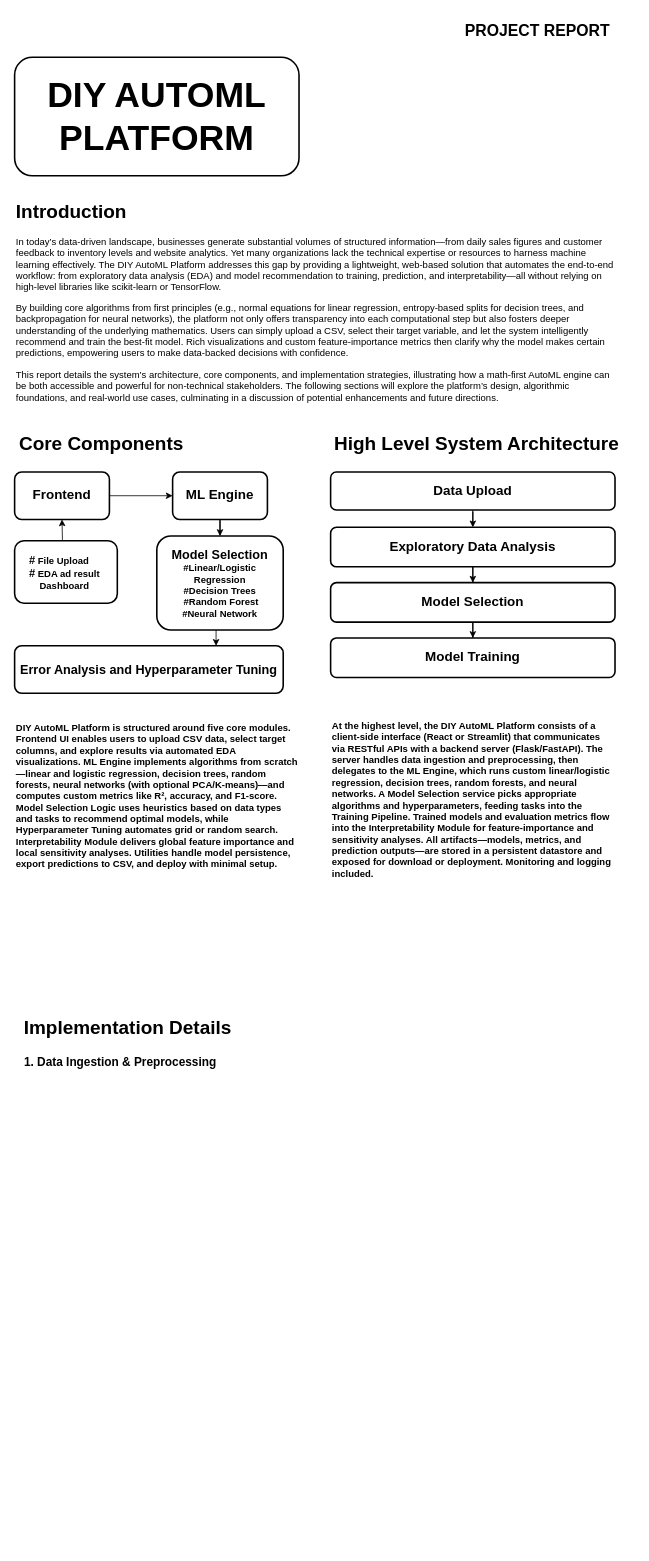
sagarpathak0/neural-networks-from-scrtch keeps this draw.io diagram as Untitled Diagram.drawio. Above is the earlier version. Source tidied: cells renumbered, new cells numbered last; positions are measured from the earlier drawing's top-left corner, leaving out a move shared by most shapes. Both pictures are drawn from the tidied source at 79%, with x=0, y=0 at pixel (14, 13).
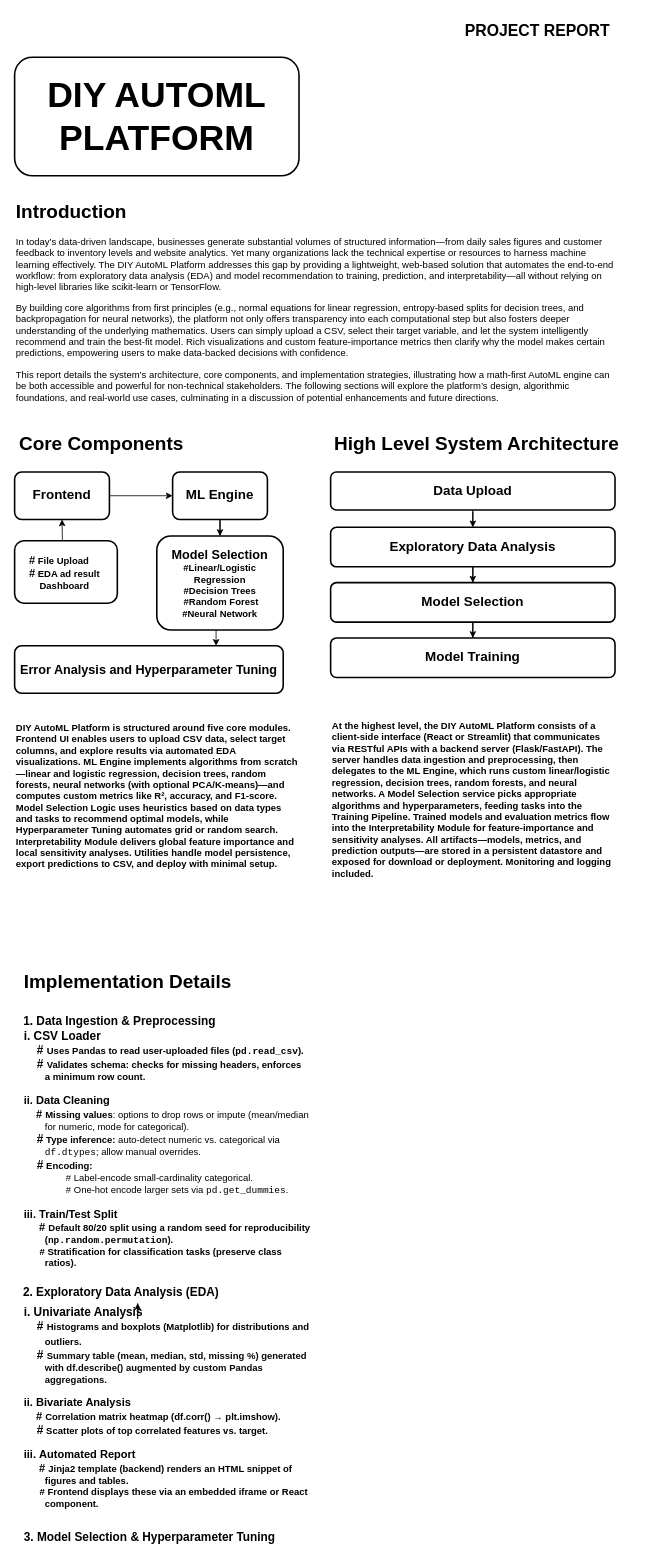
The same diagram, later.

Change to the diagram source:
```diff
@@
     <mxCell id="25" value="&lt;font style=&quot;color: light-dark(rgb(0, 0, 0), rgb(0, 0, 0)); font-size: 24px;&quot;&gt;&lt;b style=&quot;&quot;&gt;Implementation Details&lt;/b&gt;&lt;/font&gt;" style="text;html=1;align=left;verticalAlign=middle;whiteSpace=wrap;rounded=0;" parent="1" vertex="1">
-      <mxGeometry x="9.5" y="1269" width="341" height="30" as="geometry" />
+      <mxGeometry x="9.5" y="1210" width="341" height="30" as="geometry" />
     </mxCell>
     <mxCell id="26" value="&lt;font style=&quot;color: light-dark(rgb(0, 0, 0), rgb(0, 0, 0)); font-size: 15px;&quot;&gt;&lt;b style=&quot;&quot;&gt;1. Data Ingestion &amp;amp; Preprocessing&lt;/b&gt;&lt;/font&gt;" style="text;html=1;align=center;verticalAlign=middle;whiteSpace=wrap;rounded=0;" parent="1" vertex="1">
-      <mxGeometry x="9.5" y="1311" width="247.5" height="30" as="geometry" />
+      <mxGeometry x="9" y="1260" width="247.5" height="30" as="geometry" />
     </mxCell>
+    <mxCell id="27" value="&lt;font style=&quot;color: light-dark(rgb(0, 0, 0), rgb(1, 1, 1)); font-size: 15px;&quot;&gt;&lt;b&gt;i. CSV Loader&lt;/b&gt;&lt;/font&gt;&lt;div&gt;&lt;font style=&quot;&quot;&gt;&lt;b style=&quot;color: light-dark(rgb(0, 0, 0), rgb(1, 1, 1)); font-size: 15px;&quot;&gt;&amp;nbsp; &amp;nbsp; #&amp;nbsp;&lt;/b&gt;&lt;font style=&quot;color: light-dark(rgb(0, 0, 0), rgb(0, 0, 0));&quot;&gt;&lt;b&gt;&lt;span style=&quot;background-color: transparent;&quot;&gt;Uses&amp;nbsp;Pandas&amp;nbsp;to read user‑uploaded files (&lt;/span&gt;&lt;code style=&quot;background-color: transparent;&quot;&gt;pd.read_csv&lt;/code&gt;&lt;/b&gt;&lt;span style=&quot;background-color: transparent;&quot;&gt;&lt;b&gt;).&lt;/b&gt;&lt;/span&gt;&lt;/font&gt;&lt;b style=&quot;color: light-dark(rgb(0, 0, 0), rgb(1, 1, 1)); font-size: 15px;&quot;&gt;&lt;br&gt;&lt;/b&gt;&lt;/font&gt;&lt;/div&gt;&lt;div&gt;&lt;font style=&quot;&quot;&gt;&lt;font style=&quot;color: light-dark(rgb(0, 0, 0), rgb(0, 0, 0));&quot;&gt;&lt;span style=&quot;background-color: transparent;&quot;&gt;&lt;b&gt;&amp;nbsp; &amp;nbsp; &amp;nbsp;&lt;font style=&quot;font-size: 15px;&quot;&gt;#&amp;nbsp;&lt;/font&gt;&lt;/b&gt;&lt;/span&gt;&lt;/font&gt;&lt;/font&gt;&lt;span style=&quot;background-color: transparent;&quot;&gt;&lt;b style=&quot;&quot;&gt;&lt;font style=&quot;color: light-dark(rgb(0, 0, 0), rgb(9, 9, 9));&quot;&gt;Validates schema: checks for missing headers, enforces &lt;span style=&quot;white-space: pre;&quot;&gt;&#9;&lt;/span&gt;a minimum row count.&lt;/font&gt;&lt;/b&gt;&lt;/span&gt;&lt;/div&gt;&lt;div&gt;&lt;span style=&quot;background-color: transparent;&quot;&gt;&lt;b style=&quot;&quot;&gt;&lt;font style=&quot;color: light-dark(rgb(0, 0, 0), rgb(9, 9, 9));&quot;&gt;&lt;br&gt;&lt;/font&gt;&lt;/b&gt;&lt;/span&gt;&lt;/div&gt;&lt;div&gt;&lt;font style=&quot;font-size: 14px; color: light-dark(rgb(0, 0, 0), rgb(0, 0, 0));&quot;&gt;&lt;b style=&quot;&quot;&gt;ii. Data Cleaning&lt;/b&gt;&lt;/font&gt;&lt;/div&gt;&lt;div&gt;&lt;font style=&quot;font-size: 14px; color: light-dark(rgb(0, 0, 0), rgb(0, 0, 0));&quot;&gt;&lt;b style=&quot;&quot;&gt;&amp;nbsp; &amp;nbsp; #&amp;nbsp;&lt;/b&gt;&lt;/font&gt;&lt;font style=&quot;color: light-dark(rgb(0, 0, 0), rgb(0, 0, 0));&quot;&gt;&lt;strong style=&quot;background-color: transparent;&quot;&gt;Missing values&lt;/strong&gt;&lt;span style=&quot;background-color: transparent;&quot;&gt;: options to drop rows or impute (mean/median &lt;span style=&quot;white-space: pre;&quot;&gt;&#9;&lt;/span&gt;for numeric, mode for categorical).&lt;/span&gt;&lt;/font&gt;&lt;/div&gt;&lt;div&gt;&lt;font&gt;&lt;span style=&quot;background-color: transparent;&quot;&gt;&lt;font&gt;&lt;font style=&quot;color: light-dark(rgb(0, 0, 0), rgb(0, 0, 0));&quot;&gt;&amp;nbsp; &amp;nbsp; &amp;nbsp;&lt;/font&gt;&lt;font style=&quot;font-size: 15px; color: light-dark(rgb(0, 0, 0), rgb(0, 0, 0));&quot;&gt;&lt;b style=&quot;&quot;&gt;#&lt;/b&gt;&lt;/font&gt;&lt;/font&gt;&lt;font style=&quot;color: light-dark(rgb(0, 0, 0), rgb(0, 0, 0));&quot;&gt;&lt;b&gt;&amp;nbsp;&lt;/b&gt;&lt;/font&gt;&lt;/span&gt;&lt;/font&gt;&lt;font style=&quot;color: light-dark(rgb(0, 0, 0), rgb(0, 0, 0));&quot;&gt;&lt;span style=&quot;font-weight: bold; background-color: transparent;&quot;&gt;Type inference&lt;/span&gt;&lt;span style=&quot;background-color: transparent;&quot;&gt;&lt;b&gt;: &lt;/b&gt;auto‑detect numeric vs. categorical via &lt;span style=&quot;white-space: pre;&quot;&gt;&#9;&lt;/span&gt;&lt;/span&gt;&lt;code style=&quot;background-color: transparent;&quot;&gt;df.dtypes&lt;/code&gt;&lt;span style=&quot;background-color: transparent;&quot;&gt;; allow manual overrides.&lt;/span&gt;&lt;/font&gt;&lt;/div&gt;&lt;div&gt;&lt;font style=&quot;color: light-dark(rgb(0, 0, 0), rgb(0, 0, 0));&quot;&gt;&lt;span style=&quot;background-color: transparent;&quot;&gt;&amp;nbsp; &amp;nbsp; &amp;nbsp;&lt;font style=&quot;font-size: 15px;&quot;&gt;&lt;b&gt;#&lt;/b&gt;&lt;/font&gt; &lt;b&gt;Encoding:&lt;/b&gt;&lt;/span&gt;&lt;/font&gt;&lt;/div&gt;&lt;div&gt;&lt;font&gt;&lt;span style=&quot;background-color: transparent;&quot;&gt;&lt;span style=&quot;color: light-dark(rgb(0, 0, 0), rgb(237, 237, 237)); white-space: pre;&quot;&gt;&#9;&lt;/span&gt;&lt;span style=&quot;color: light-dark(rgb(0, 0, 0), rgb(237, 237, 237)); white-space: pre;&quot;&gt;&#9;&lt;/span&gt;&lt;font style=&quot;color: light-dark(rgb(0, 0, 0), rgb(0, 0, 0));&quot;&gt;#&amp;nbsp;&lt;/font&gt;&lt;/span&gt;&lt;span style=&quot;background-color: transparent;&quot;&gt;&lt;font style=&quot;color: light-dark(rgb(0, 0, 0), rgb(0, 0, 0));&quot;&gt;Label‑encode small-cardinality categorical.&lt;/font&gt;&lt;/span&gt;&lt;span style=&quot;color: rgb(0, 0, 0); background-color: transparent;&quot;&gt;&lt;br&gt;&lt;/span&gt;&lt;/font&gt;&lt;/div&gt;&lt;div&gt;&lt;font&gt;&lt;span style=&quot;background-color: transparent;&quot;&gt;&lt;font style=&quot;color: light-dark(rgb(0, 0, 0), rgb(0, 0, 0));&quot;&gt;&lt;span style=&quot;white-space: pre;&quot;&gt;&#9;&lt;/span&gt;&lt;span style=&quot;white-space: pre;&quot;&gt;&#9;&lt;/span&gt;#&amp;nbsp;&lt;/font&gt;&lt;/span&gt;&lt;font style=&quot;color: light-dark(rgb(0, 0, 0), rgb(0, 0, 0));&quot;&gt;&lt;span style=&quot;background-color: transparent;&quot;&gt;One‑hot encode larger sets via &lt;/span&gt;&lt;code style=&quot;background-color: transparent;&quot;&gt;pd.get_dummies&lt;/code&gt;&lt;span style=&quot;background-color: transparent;&quot;&gt;.&lt;/span&gt;&lt;/font&gt;&lt;span style=&quot;background-color: transparent;&quot;&gt;&lt;font style=&quot;color: light-dark(rgb(0, 0, 0), rgb(0, 0, 0));&quot;&gt;&lt;br&gt;&lt;/font&gt;&lt;/span&gt;&lt;/font&gt;&lt;/div&gt;&lt;div&gt;&lt;font&gt;&lt;font style=&quot;color: light-dark(rgb(0, 0, 0), rgb(0, 0, 0));&quot;&gt;&lt;span style=&quot;background-color: transparent;&quot;&gt;&lt;br&gt;&lt;/span&gt;&lt;/font&gt;&lt;/font&gt;&lt;/div&gt;&lt;div&gt;&lt;font&gt;&lt;font style=&quot;color: light-dark(rgb(0, 0, 0), rgb(0, 0, 0)); font-size: 14px;&quot;&gt;&lt;span style=&quot;background-color: transparent;&quot;&gt;&lt;b&gt;iii. Train/Test Split&lt;/b&gt;&lt;/span&gt;&lt;/font&gt;&lt;/font&gt;&lt;/div&gt;&lt;div&gt;&lt;font&gt;&lt;font style=&quot;color: light-dark(rgb(0, 0, 0), rgb(0, 0, 0)); font-size: 14px;&quot;&gt;&lt;span style=&quot;background-color: transparent;&quot;&gt;&lt;b&gt;&amp;nbsp; &amp;nbsp; &amp;nbsp;#&amp;nbsp;&lt;/b&gt;&lt;/span&gt;&lt;/font&gt;&lt;/font&gt;&lt;font style=&quot;color: light-dark(rgb(0, 0, 0), rgb(0, 0, 0));&quot;&gt;&lt;b&gt;&lt;span style=&quot;background-color: transparent;&quot;&gt;Default 80/20 split using a random seed for reproducibility &lt;span style=&quot;white-space: pre;&quot;&gt;&#9;&lt;/span&gt;(&lt;/span&gt;&lt;code style=&quot;background-color: transparent;&quot;&gt;np.random.permutation&lt;/code&gt;&lt;span style=&quot;background-color: transparent;&quot;&gt;).&lt;/span&gt;&lt;/b&gt;&lt;/font&gt;&lt;/div&gt;&lt;div&gt;&lt;font style=&quot;color: light-dark(rgb(0, 0, 0), rgb(0, 0, 0));&quot;&gt;&lt;b&gt;&lt;span style=&quot;background-color: transparent;&quot;&gt;&amp;nbsp; &amp;nbsp; &amp;nbsp; #&amp;nbsp;&lt;/span&gt;&lt;/b&gt;&lt;/font&gt;&lt;span style=&quot;background-color: transparent;&quot;&gt;&lt;b style=&quot;&quot;&gt;&lt;font style=&quot;color: light-dark(rgb(0, 0, 0), rgb(0, 0, 0));&quot;&gt;Stratification for classification tasks (preserve class &lt;span style=&quot;white-space: pre;&quot;&gt;&#9;&lt;/span&gt;ratios).&lt;/font&gt;&lt;/b&gt;&lt;/span&gt;&lt;/div&gt;&lt;div&gt;&lt;br&gt;&lt;/div&gt;&lt;div&gt;&lt;font style=&quot;&quot;&gt;&lt;font style=&quot;color: light-dark(rgb(0, 0, 0), rgb(0, 0, 0));&quot;&gt;&lt;span style=&quot;background-color: transparent;&quot;&gt;&lt;b&gt;&lt;span style=&quot;white-space: pre;&quot;&gt;&#9;&lt;/span&gt;&amp;nbsp;&lt;br&gt;&lt;/b&gt;&lt;/span&gt;&lt;/font&gt;&lt;/font&gt;&lt;/div&gt;" style="text;html=1;align=left;verticalAlign=middle;whiteSpace=wrap;rounded=0;" parent="1" vertex="1">
+      <mxGeometry x="9.5" y="1287" width="364.5" height="327" as="geometry" />
+    </mxCell>
+    <mxCell id="28" value="&lt;font style=&quot;color: light-dark(rgb(0, 0, 0), rgb(1, 1, 1)); font-size: 15px;&quot;&gt;&lt;b&gt;i.&amp;nbsp;&lt;/b&gt;&lt;/font&gt;&lt;font style=&quot;color: light-dark(rgb(1, 1, 1), rgb(0, 0, 0));&quot;&gt;&lt;span style=&quot;font-size: 15px;&quot;&gt;&lt;b style=&quot;&quot;&gt;Univariate Analysis&lt;/b&gt;&lt;/span&gt;&lt;/font&gt;&lt;div&gt;&lt;font style=&quot;&quot;&gt;&lt;b style=&quot;color: light-dark(rgb(0, 0, 0), rgb(1, 1, 1)); font-size: 15px;&quot;&gt;&amp;nbsp; &amp;nbsp; #&lt;/b&gt;&lt;font style=&quot;color: light-dark(rgb(0, 0, 0), rgb(0, 0, 0));&quot;&gt;&lt;b style=&quot;font-size: 15px;&quot;&gt;&amp;nbsp;&lt;/b&gt;&lt;span style=&quot;background-color: transparent;&quot;&gt;&lt;font&gt;&lt;b style=&quot;&quot;&gt;Histograms and boxplots (Matplotlib) for distributions and &lt;span style=&quot;white-space: pre;&quot;&gt;&#9;&lt;/span&gt;outliers.&lt;/b&gt;&lt;/font&gt;&lt;/span&gt;&lt;/font&gt;&lt;b style=&quot;color: light-dark(rgb(0, 0, 0), rgb(1, 1, 1)); font-size: 15px;&quot;&gt;&lt;br&gt;&lt;/b&gt;&lt;/font&gt;&lt;/div&gt;&lt;div&gt;&lt;font style=&quot;&quot;&gt;&lt;font style=&quot;color: light-dark(rgb(0, 0, 0), rgb(0, 0, 0));&quot;&gt;&lt;span style=&quot;background-color: transparent;&quot;&gt;&lt;b&gt;&amp;nbsp; &amp;nbsp; &amp;nbsp;&lt;font style=&quot;font-size: 15px;&quot;&gt;#&amp;nbsp;&lt;/font&gt;&lt;/b&gt;&lt;/span&gt;&lt;/font&gt;&lt;/font&gt;&lt;span style=&quot;background-color: transparent;&quot;&gt;&lt;font style=&quot;color: light-dark(rgb(9, 9, 9), rgb(0, 0, 0));&quot;&gt;&lt;b style=&quot;&quot;&gt;Summary table (mean, median, std, missing %) generated &lt;span style=&quot;white-space: pre;&quot;&gt;&#9;&lt;/span&gt;with df.describe() augmented by custom Pandas &lt;span style=&quot;white-space: pre;&quot;&gt;&#9;&lt;/span&gt;aggregations.&lt;/b&gt;&lt;/font&gt;&lt;/span&gt;&lt;/div&gt;&lt;div&gt;&lt;span style=&quot;background-color: transparent;&quot;&gt;&lt;b style=&quot;&quot;&gt;&lt;font style=&quot;color: light-dark(rgb(0, 0, 0), rgb(9, 9, 9));&quot;&gt;&lt;br&gt;&lt;/font&gt;&lt;/b&gt;&lt;/span&gt;&lt;/div&gt;&lt;div&gt;&lt;font style=&quot;font-size: 14px; color: light-dark(rgb(0, 0, 0), rgb(0, 0, 0));&quot;&gt;&lt;b style=&quot;&quot;&gt;ii.&amp;nbsp;&lt;/b&gt;&lt;/font&gt;&lt;span style=&quot;background-color: transparent; font-size: 14px;&quot;&gt;&lt;font style=&quot;color: light-dark(rgb(0, 0, 0), rgb(0, 0, 0));&quot;&gt;&lt;b style=&quot;&quot;&gt;Bivariate Analysis&lt;/b&gt;&lt;/font&gt;&lt;/span&gt;&lt;/div&gt;&lt;div&gt;&lt;font style=&quot;color: light-dark(rgb(0, 0, 0), rgb(0, 0, 0));&quot;&gt;&lt;font style=&quot;font-size: 14px;&quot;&gt;&lt;b style=&quot;&quot;&gt;&amp;nbsp; &amp;nbsp; #&amp;nbsp;&lt;/b&gt;&lt;/font&gt;&lt;span style=&quot;background-color: transparent;&quot;&gt;&lt;font&gt;&lt;b&gt;Correlation matrix heatmap (df.corr() → plt.imshow).&lt;/b&gt;&lt;/font&gt;&lt;/span&gt;&lt;/font&gt;&lt;/div&gt;&lt;div&gt;&lt;font style=&quot;color: light-dark(rgb(0, 0, 0), rgb(0, 0, 0));&quot;&gt;&lt;font&gt;&lt;span style=&quot;background-color: transparent;&quot;&gt;&lt;font&gt;&lt;font style=&quot;&quot;&gt;&amp;nbsp; &amp;nbsp; &amp;nbsp;&lt;/font&gt;&lt;font style=&quot;font-size: 15px;&quot;&gt;&lt;b style=&quot;&quot;&gt;#&lt;/b&gt;&lt;/font&gt;&lt;/font&gt;&lt;font style=&quot;&quot;&gt;&lt;b&gt;&amp;nbsp;&lt;/b&gt;&lt;/font&gt;&lt;/span&gt;&lt;/font&gt;&lt;span style=&quot;background-color: transparent;&quot;&gt;&lt;font&gt;&lt;b&gt;Scatter plots of top correlated features vs. target.&lt;/b&gt;&lt;/font&gt;&lt;/span&gt;&lt;/font&gt;&lt;/div&gt;&lt;div&gt;&lt;font&gt;&lt;font style=&quot;color: light-dark(rgb(0, 0, 0), rgb(0, 0, 0));&quot;&gt;&lt;span style=&quot;background-color: transparent;&quot;&gt;&lt;br&gt;&lt;/span&gt;&lt;/font&gt;&lt;/font&gt;&lt;/div&gt;&lt;div&gt;&lt;font style=&quot;color: light-dark(rgb(0, 0, 0), rgb(0, 0, 0));&quot;&gt;&lt;font&gt;&lt;font style=&quot;font-size: 14px;&quot;&gt;&lt;span style=&quot;background-color: transparent;&quot;&gt;&lt;b&gt;iii.&amp;nbsp;&lt;/b&gt;&lt;/span&gt;&lt;/font&gt;&lt;/font&gt;&lt;span style=&quot;background-color: transparent; font-size: 14px;&quot;&gt;&lt;font&gt;&lt;b&gt;Automated Report&lt;/b&gt;&lt;/font&gt;&lt;/span&gt;&lt;/font&gt;&lt;/div&gt;&lt;div&gt;&lt;font style=&quot;color: light-dark(rgb(0, 0, 0), rgb(0, 0, 0));&quot;&gt;&lt;font&gt;&lt;font style=&quot;font-size: 14px;&quot;&gt;&lt;span style=&quot;background-color: transparent;&quot;&gt;&lt;b&gt;&amp;nbsp; &amp;nbsp; &amp;nbsp;#&amp;nbsp;&lt;/b&gt;&lt;/span&gt;&lt;/font&gt;&lt;/font&gt;&lt;span style=&quot;background-color: transparent;&quot;&gt;&lt;font&gt;&lt;b&gt;Jinja2 template (backend) renders an HTML snippet of &lt;span style=&quot;white-space: pre;&quot;&gt;&#9;&lt;/span&gt;figures and tables.&lt;/b&gt;&lt;/font&gt;&lt;/span&gt;&lt;/font&gt;&lt;/div&gt;&lt;div&gt;&lt;font style=&quot;color: light-dark(rgb(0, 0, 0), rgb(0, 0, 0));&quot;&gt;&lt;font style=&quot;&quot;&gt;&lt;b&gt;&lt;span style=&quot;background-color: transparent;&quot;&gt;&amp;nbsp; &amp;nbsp; &amp;nbsp; #&amp;nbsp;&lt;/span&gt;&lt;/b&gt;&lt;/font&gt;&lt;span style=&quot;background-color: transparent;&quot;&gt;&lt;font&gt;&lt;b&gt;Frontend displays these via an embedded iframe or React &lt;span style=&quot;white-space: pre;&quot;&gt;&#9;&lt;/span&gt;component.&lt;/b&gt;&lt;/font&gt;&lt;/span&gt;&lt;/font&gt;&lt;/div&gt;&lt;div&gt;&lt;br&gt;&lt;/div&gt;&lt;div&gt;&lt;font style=&quot;&quot;&gt;&lt;font style=&quot;color: light-dark(rgb(0, 0, 0), rgb(0, 0, 0));&quot;&gt;&lt;span style=&quot;background-color: transparent;&quot;&gt;&lt;b&gt;&lt;span style=&quot;white-space: pre;&quot;&gt;&#9;&lt;/span&gt;&amp;nbsp;&lt;br&gt;&lt;/b&gt;&lt;/span&gt;&lt;/font&gt;&lt;/font&gt;&lt;/div&gt;" style="text;html=1;align=left;verticalAlign=middle;whiteSpace=wrap;rounded=0;" parent="1" vertex="1">
+      <mxGeometry x="9.5" y="1632" width="364.5" height="291" as="geometry" />
+    </mxCell>
+    <mxCell id="29" value="&lt;b&gt;&lt;font style=&quot;font-size: 15px; color: light-dark(rgb(0, 0, 0), rgb(0, 0, 0));&quot;&gt;2. Exploratory Data Analysis (EDA)&lt;/font&gt;&lt;/b&gt;" style="text;html=1;align=left;verticalAlign=middle;whiteSpace=wrap;rounded=0;" parent="1" vertex="1">
+      <mxGeometry x="9" y="1602" width="293.5" height="30" as="geometry" />
+    </mxCell>
+    <mxCell id="30" style="edgeStyle=orthogonalEdgeStyle;rounded=0;orthogonalLoop=1;jettySize=auto;html=1;exitX=0.5;exitY=1;exitDx=0;exitDy=0;" parent="1" edge="1" source="29" target="29">
+      <mxGeometry relative="1" as="geometry" />
+    </mxCell>
+    <mxCell id="31" value="&lt;font style=&quot;color: light-dark(rgb(0, 0, 0), rgb(0, 0, 0));&quot;&gt;&lt;font style=&quot;&quot;&gt;&lt;span style=&quot;font-size: 15px;&quot;&gt;&lt;b style=&quot;&quot;&gt;3.&amp;nbsp;&lt;/b&gt;&lt;/span&gt;&lt;/font&gt;&lt;font&gt;&lt;span style=&quot;font-size: 15px;&quot;&gt;&lt;b style=&quot;&quot;&gt;Model Selection &amp;amp; Hyperparameter Tuning&lt;/b&gt;&lt;/span&gt;&lt;/font&gt;&lt;/font&gt;" style="text;html=1;align=left;verticalAlign=middle;whiteSpace=wrap;rounded=0;" parent="1" vertex="1">
+      <mxGeometry x="9.5" y="1912" width="333.5" height="30" as="geometry" />
+    </mxCell>
```
